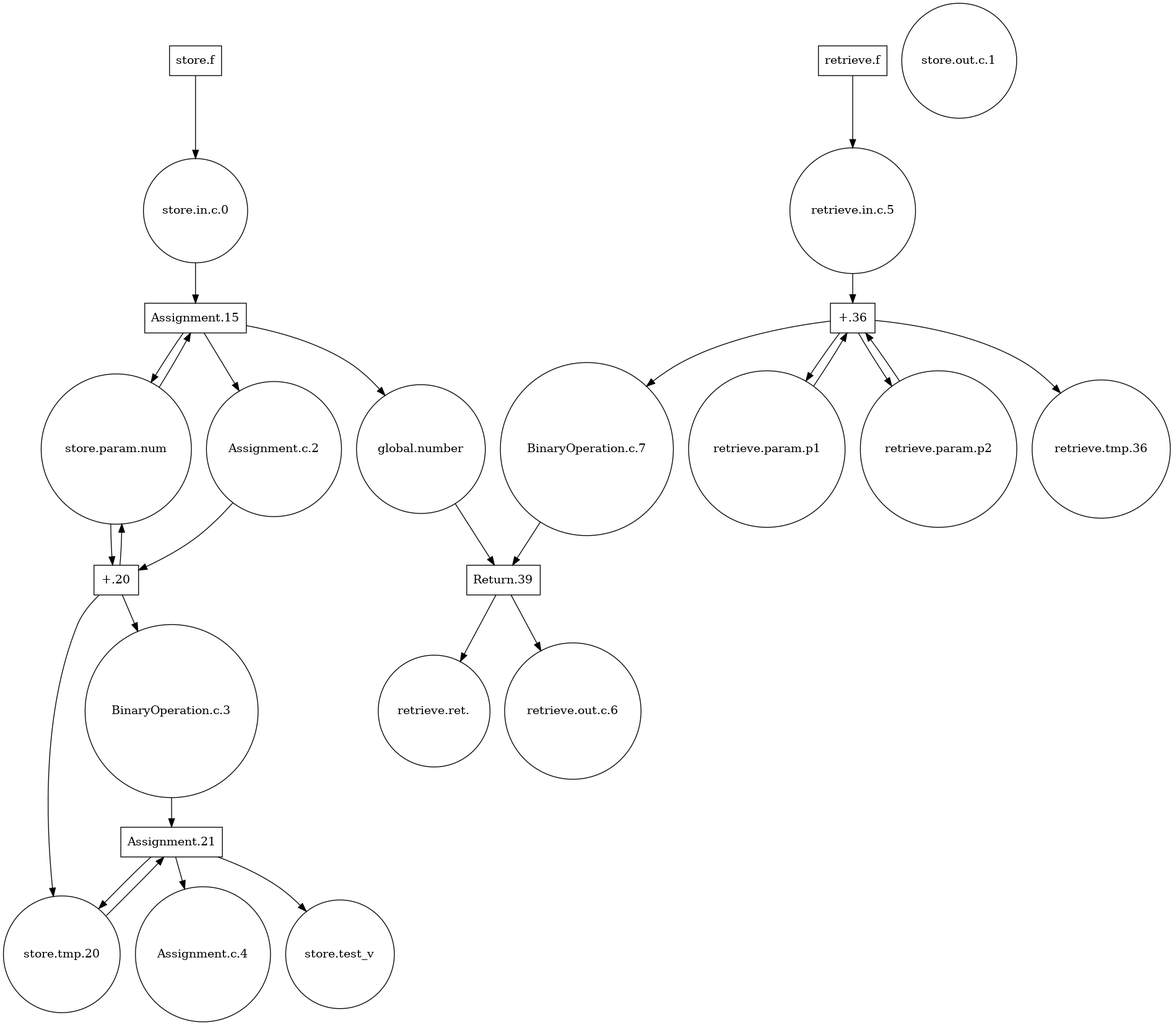
This is bin/CPN.png from Yowen397/modeler, a Graphviz export, as it was before one commit. Its source is kept beside it as bin/CPN.dot.
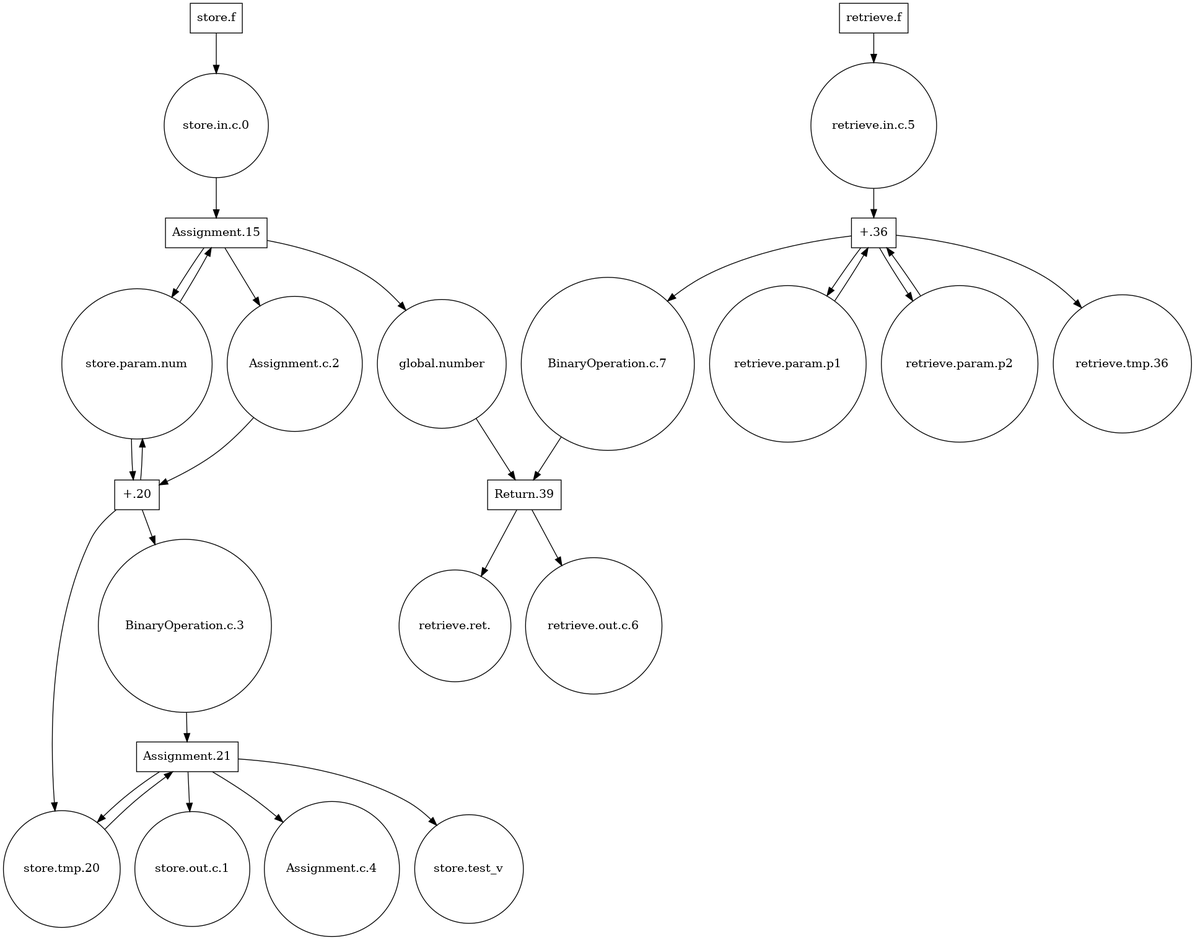
After the change.

The edit, as a diff of the source:
```diff
@@ -40,6 +40,7 @@
 "Assignment.21"->"store.tmp.20"
 "Assignment.21"->"store.test_v"
 "Assignment.21"->"Assignment.c.4"
+"Assignment.21"->"store.out.c.1"
 "retrieve.f"->"retrieve.in.c.5"
 "retrieve.in.c.5"->"+.36"
 "retrieve.param.p2"->"+.36"
```
